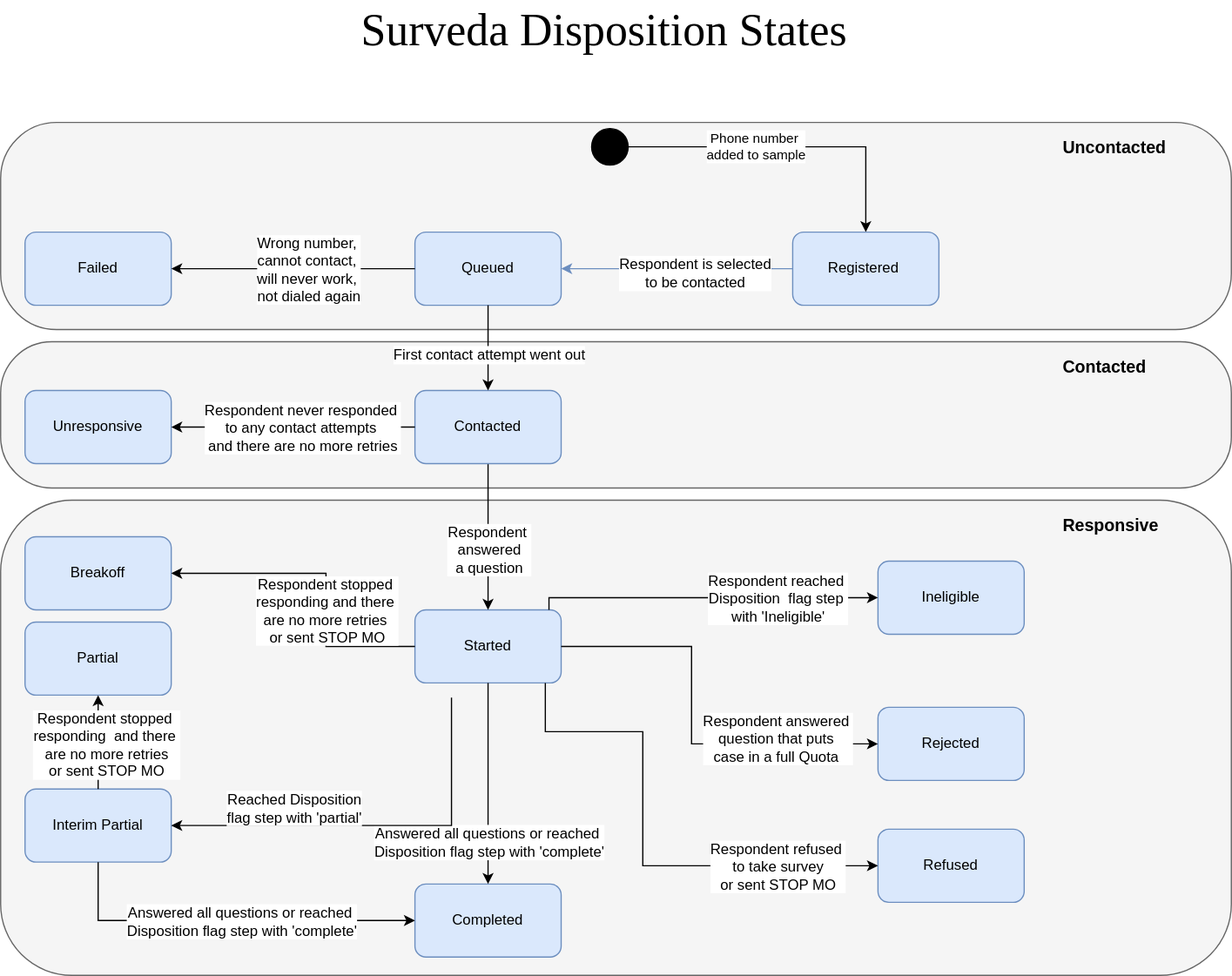
Before: docs/NCD - Current Disposition Diagram.svg, a diagram exported from draw.io (instedd/surveda). Source tidied: cells renumbered, new cells last; positions are measured from the earlier drawing's top-left corner, leaving out a move shared by most shapes.
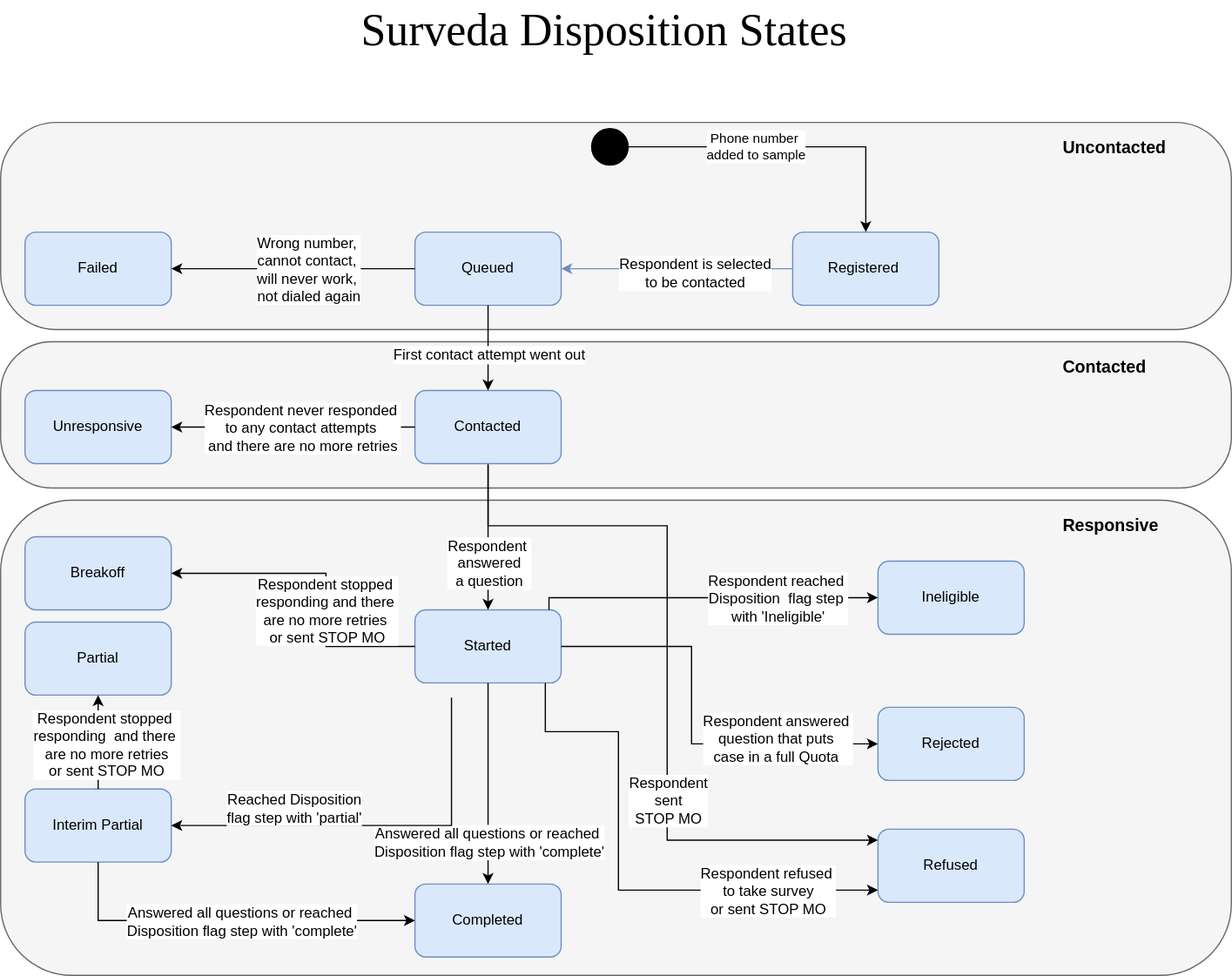
After the commit.

What changed in the source:
```diff
@@ -50,7 +50,7 @@
     </mxCell>
     <mxCell id="16" value="Respondent&amp;nbsp;&lt;div&gt;answered&lt;div&gt;a question&lt;/div&gt;&lt;/div&gt;" style="text;html=1;align=center;verticalAlign=middle;labelBackgroundColor=#ffffff;" parent="15" vertex="1">
       <mxGeometry x="0.04" y="-2" relative="1" as="geometry">
-        <mxPoint x="2" y="7" as="offset" />
+        <mxPoint x="2" y="18" as="offset" />
       </mxGeometry>
     </mxCell>
     <mxCell id="17" value="Contacted" style="rounded=1;whiteSpace=wrap;html=1;fillColor=#dae8fc;strokeColor=#6c8ebf;" parent="1" vertex="1">
@@ -135,8 +135,8 @@
       <mxGeometry relative="1" as="geometry">
         <Array as="points">
           <mxPoint x="447" y="600" />
-          <mxPoint x="527" y="600" />
-          <mxPoint x="527" y="710" />
+          <mxPoint x="507" y="600" />
+          <mxPoint x="507" y="730" />
         </Array>
       </mxGeometry>
     </mxCell>
@@ -203,5 +203,21 @@
         <mxPoint x="50" y="-1" as="offset" />
       </mxGeometry>
     </mxCell>
+    <mxCell id="50" style="edgeStyle=orthogonalEdgeStyle;rounded=0;html=1;startArrow=none;startFill=0;endArrow=classic;endFill=1;jettySize=auto;orthogonalLoop=1;exitX=0.5;exitY=1;exitDx=0;exitDy=0;entryX=0;entryY=0.133;entryDx=0;entryDy=0;entryPerimeter=0;" parent="1" edge="1">
+      <mxGeometry relative="1" as="geometry">
+        <mxPoint x="400" y="381" as="sourcePoint" />
+        <mxPoint x="720" y="689" as="targetPoint" />
+        <Array as="points">
+          <mxPoint x="400" y="431" />
+          <mxPoint x="547" y="431" />
+          <mxPoint x="547" y="689" />
+        </Array>
+      </mxGeometry>
+    </mxCell>
+    <mxCell id="51" value="Respondent &lt;br&gt;sent &lt;br&gt;STOP MO" style="text;html=1;align=center;verticalAlign=middle;labelBackgroundColor=#ffffff;" parent="50" vertex="1">
+      <mxGeometry x="0.24" y="1" relative="1" as="geometry">
+        <mxPoint x="-1" y="34" as="offset" />
+      </mxGeometry>
+    </mxCell>
   </root>
 </mxGraphModel>
```
